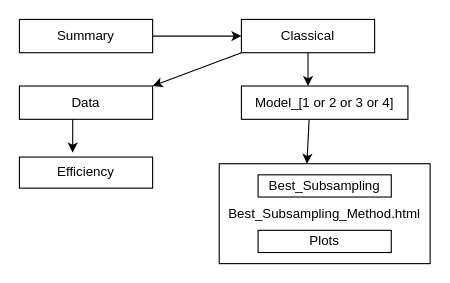
Before: Images/Summary.drawio in Amalan-ConStat/RS_OS_MROS_PR_TwoVar_Normal, a draw.io diagram. Source tidied: cells renumbered, new cells numbered last; positions are measured from the earlier drawing's top-left corner, leaving out a move shared by most shapes. Both pictures are drawn from the tidied source at 111%, with x=0, y=0 at pixel (19, 19).
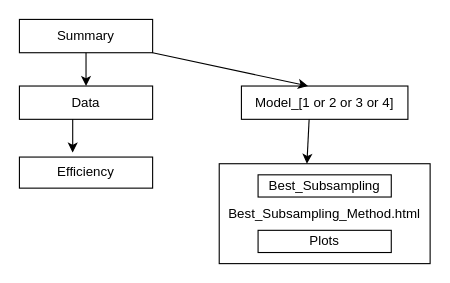
After the change.

The edit, as a diff of the source:
```diff
@@
 <mxGraphModel>
   <root>
     <mxCell id="0" />
     <mxCell id="1" parent="0" />
     <mxCell id="2" value="Best_Subsampling_Method.html" style="rounded=0;whiteSpace=wrap;html=1;" parent="1" vertex="1">
       <mxGeometry x="180" y="130" width="190" height="90" as="geometry" />
     </mxCell>
     <mxCell id="3" value="Summary" style="rounded=0;whiteSpace=wrap;html=1;" parent="1" vertex="1">
       <mxGeometry width="120" height="30" as="geometry" />
     </mxCell>
-    <mxCell id="4" value="Classical" style="rounded=0;whiteSpace=wrap;html=1;" parent="1" vertex="1">
-      <mxGeometry x="200" width="120" height="30" as="geometry" />
-    </mxCell>
     <mxCell id="5" value="Model_[1 or 2 or&amp;nbsp;3 or 4]" style="rounded=0;whiteSpace=wrap;html=1;" parent="1" vertex="1">
       <mxGeometry x="200" y="60" width="150" height="30" as="geometry" />
     </mxCell>
     <mxCell id="6" value="Best_Subsampling" style="rounded=0;whiteSpace=wrap;html=1;" parent="1" vertex="1">
       <mxGeometry x="215" y="140" width="120" height="20" as="geometry" />
     </mxCell>
     <mxCell id="7" value="Plots" style="rounded=0;whiteSpace=wrap;html=1;" parent="1" vertex="1">
       <mxGeometry x="215" y="190" width="120" height="20" as="geometry" />
     </mxCell>
     <mxCell id="8" value="Data" style="rounded=0;whiteSpace=wrap;html=1;" parent="1" vertex="1">
       <mxGeometry y="60" width="120" height="30" as="geometry" />
     </mxCell>
     <mxCell id="9" value="Efficiency" style="rounded=0;whiteSpace=wrap;html=1;" parent="1" vertex="1">
       <mxGeometry y="124" width="120" height="28" as="geometry" />
     </mxCell>
-    <mxCell id="10" style="endArrow=classic;html=1;entryX=0;entryY=0.5;entryDx=0;entryDy=0;" parent="1" edge="1" target="4">
-      <mxGeometry relative="1" as="geometry">
-        <mxPoint x="120" y="15" as="sourcePoint" />
-      </mxGeometry>
-    </mxCell>
-    <mxCell id="11" style="endArrow=classic;html=1;" parent="1" edge="1">
+    <mxCell id="11" style="endArrow=classic;html=1;exitX=1;exitY=1;exitDx=0;exitDy=0;" parent="1" edge="1" source="3">
       <mxGeometry relative="1" as="geometry">
-        <mxPoint x="260" y="30" as="sourcePoint" />
         <mxPoint x="260" y="60" as="targetPoint" />
       </mxGeometry>
     </mxCell>
     <mxCell id="12" style="endArrow=classic;html=1;" parent="1" edge="1">
       <mxGeometry relative="1" as="geometry">
         <mxPoint x="261" y="90" as="sourcePoint" />
         <mxPoint x="259" y="130" as="targetPoint" />
       </mxGeometry>
     </mxCell>
     <mxCell id="13" style="endArrow=classic;html=1;" parent="1" edge="1">
       <mxGeometry relative="1" as="geometry">
         <mxPoint x="48" y="90" as="sourcePoint" />
         <mxPoint x="48" y="120" as="targetPoint" />
       </mxGeometry>
     </mxCell>
-    <mxCell id="14" style="endArrow=classic;html=1;entryX=1;entryY=0;entryDx=0;entryDy=0;exitX=0;exitY=1;exitDx=0;exitDy=0;" parent="1" edge="1" source="4" target="8">
+    <mxCell id="14" style="endArrow=classic;html=1;entryX=0.5;entryY=0;entryDx=0;entryDy=0;exitX=0.5;exitY=1;exitDx=0;exitDy=0;" parent="1" edge="1" source="3" target="8">
       <mxGeometry relative="1" as="geometry" />
     </mxCell>
   </root>
 </mxGraphModel>
```
